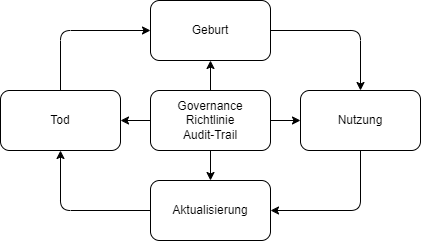
This is seminararbeit/assets/idlc.png from m-heim/IT-GRC, a draw.io export, as it was before one commit. Source tidied: cells renumbered, new cells last; positions are measured from the earlier drawing's top-left corner, leaving out a move shared by most shapes.
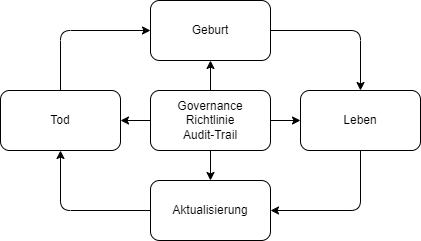
The same diagram one commit later.

The edit, as a diff of the source:
```diff
@@ -44,7 +44,7 @@
         </Array>
       </mxGeometry>
     </mxCell>
-    <mxCell id="12" value="Nutzung" style="rounded=1;whiteSpace=wrap;html=1;" parent="1" vertex="1">
+    <mxCell id="12" value="Leben" style="rounded=1;whiteSpace=wrap;html=1;" parent="1" vertex="1">
       <mxGeometry x="300" y="90" width="120" height="60" as="geometry" />
     </mxCell>
     <mxCell id="13" style="edgeStyle=none;html=1;entryX=0.5;entryY=0;entryDx=0;entryDy=0;" parent="1" edge="1" source="14" target="12">
```
